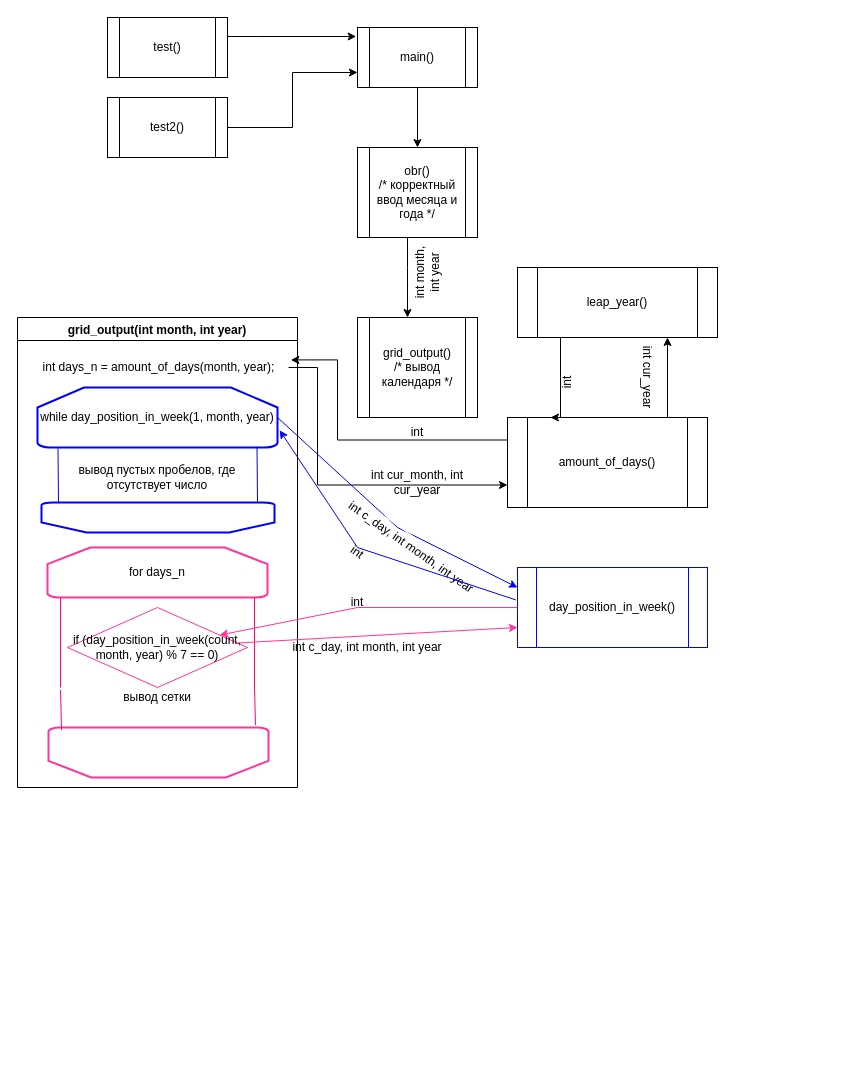
This is Схема архитектуры.drawio from HolyGamer4/working, a draw.io file, before an edit. Source tidied: cells renumbered, new cells numbered last; positions are measured from the earlier drawing's top-left corner, leaving out a move shared by most shapes. Both pictures are drawn from the tidied source at 100%, with x=0, y=0 at pixel (17, 17).
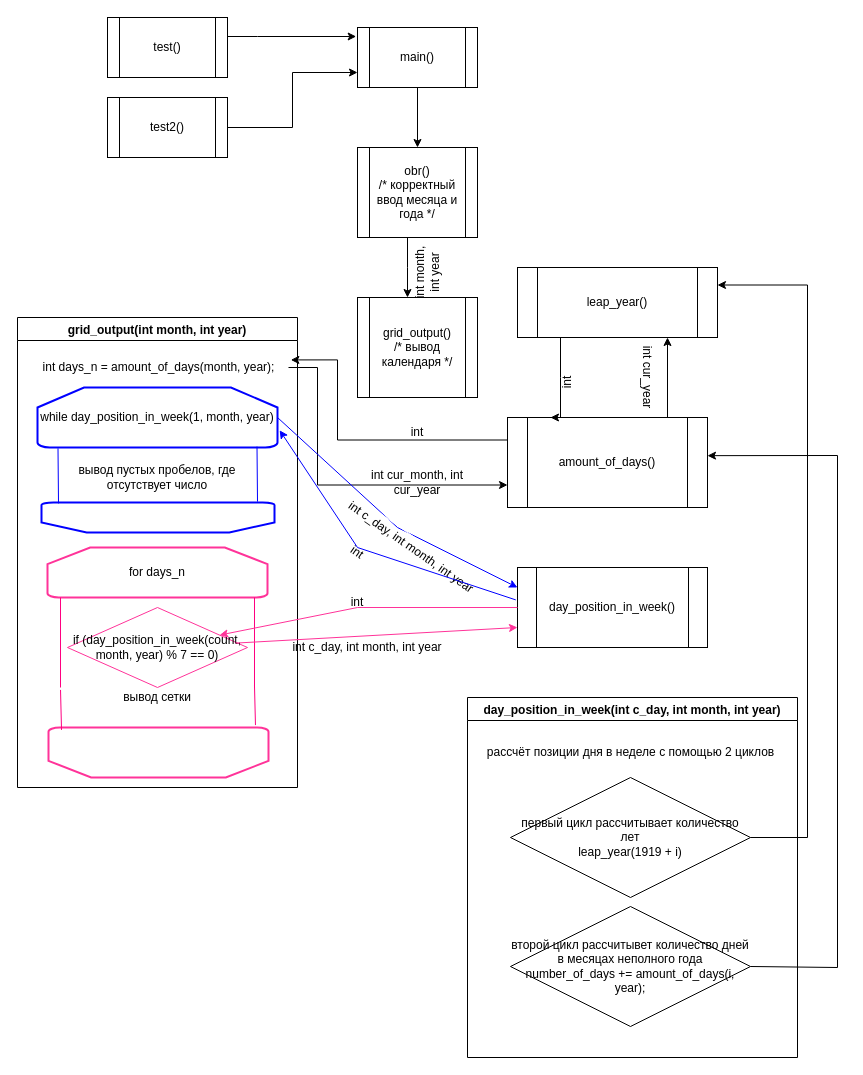
Above is the later version.

Unchanged cells that the change refers to:
```xml
<mxCell id="26" value="amount_of_days()" style="shape=process;whiteSpace=wrap;html=1;backgroundOutline=1;strokeColor=#000000;" parent="1" vertex="1">
  <mxGeometry x="490" y="400" width="200" height="90" as="geometry" />
</mxCell>
<mxCell id="31" value="leap_year()" style="shape=process;whiteSpace=wrap;html=1;backgroundOutline=1;strokeColor=#000000;" parent="1" vertex="1">
  <mxGeometry x="500" y="250" width="200" height="70" as="geometry" />
</mxCell>
```

The edit, as a diff of the source:
```diff
@@
     <mxCell id="10" value="grid_output()&lt;br&gt;/* вывод календаря */" style="shape=process;whiteSpace=wrap;html=1;backgroundOutline=1;" parent="1" vertex="1">
-      <mxGeometry x="340" y="300" width="120" height="100" as="geometry" />
+      <mxGeometry x="340" y="280" width="120" height="100" as="geometry" />
     </mxCell>
@@
-    <mxCell id="34" value="day_position_in_week()" style="shape=process;whiteSpace=wrap;html=1;backgroundOutline=1;strokeColor=#0000FF;" parent="1" vertex="1">
+    <mxCell id="34" value="day_position_in_week()" style="shape=process;whiteSpace=wrap;html=1;backgroundOutline=1;strokeColor=#000000;" parent="1" vertex="1">
       <mxGeometry x="500" y="550" width="190" height="80" as="geometry" />
     </mxCell>
@@
+    <mxCell id="43" value="day_position_in_week(int c_day, int month, int year)" style="swimlane;" parent="1" vertex="1">
+      <mxGeometry x="450" y="680" width="330" height="360" as="geometry" />
+    </mxCell>
+    <mxCell id="44" value="рассчёт позиции дня в неделе с помощью 2 циклов" style="text;html=1;align=center;verticalAlign=middle;strokeColor=none;fillColor=none;" parent="43" vertex="1">
+      <mxGeometry x="8" y="40" width="310" height="30" as="geometry" />
+    </mxCell>
+    <mxCell id="45" value="первый цикл рассчитывает количество лет&lt;br&gt;leap_year(1919 + i)" style="rhombus;whiteSpace=wrap;html=1;strokeColor=#000000;" parent="43" vertex="1">
+      <mxGeometry x="43" y="80" width="240" height="120" as="geometry" />
+    </mxCell>
+    <mxCell id="46" value="второй цикл рассчитывет количество дней в месяцах неполного года&lt;br&gt;number_of_days += amount_of_days(i, year);" style="rhombus;whiteSpace=wrap;html=1;strokeColor=#000000;" parent="43" vertex="1">
+      <mxGeometry x="43" y="209" width="240" height="120" as="geometry" />
+    </mxCell>
+    <mxCell id="47" style="edgeStyle=orthogonalEdgeStyle;rounded=0;jettySize=auto;html=1;strokeColor=#000000;fillColor=#99FF33;entryX=1;entryY=0.25;entryDx=0;entryDy=0;" parent="1" edge="1" source="45" target="31">
+      <mxGeometry relative="1" as="geometry">
+        <Array as="points">
+          <mxPoint x="790" y="820" />
+          <mxPoint x="790" y="268" />
+        </Array>
+      </mxGeometry>
+    </mxCell>
+    <mxCell id="48" style="endArrow=classic;html=1;rounded=0;strokeColor=#000000;fillColor=#99FF33;exitX=1;exitY=0.5;exitDx=0;exitDy=0;entryX=1;entryY=0.424;entryDx=0;entryDy=0;entryPerimeter=0;" parent="1" edge="1" source="46" target="26">
+      <mxGeometry relative="1" as="geometry">
+        <Array as="points">
+          <mxPoint x="820" y="950" />
+          <mxPoint x="820" y="438" />
+        </Array>
+      </mxGeometry>
+    </mxCell>
```
